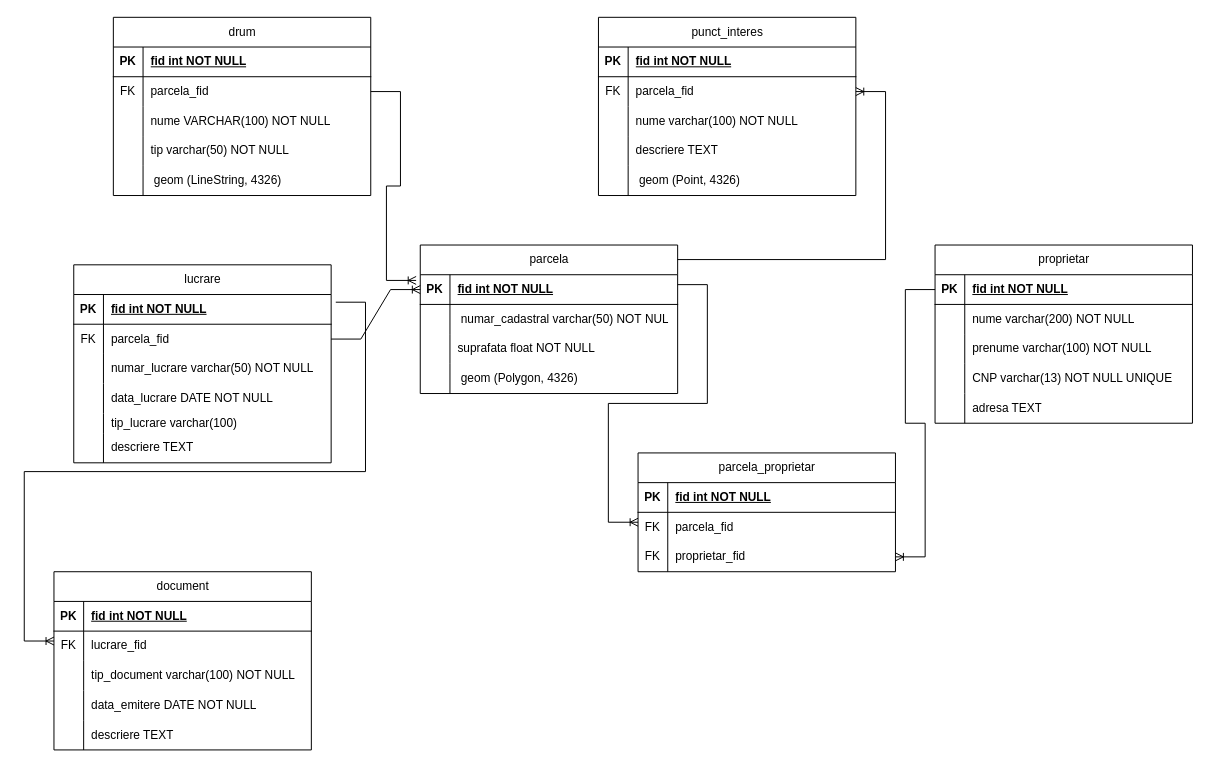
The draw.io diagram model_conceptual.drawio in cristian19122001/examen_sem_II, before the edit. Source tidied: cells renumbered, new cells numbered last; positions are measured from the earlier drawing's top-left corner, leaving out a move shared by most shapes. Both pictures are drawn from the tidied source at 99%, with x=0, y=0 at pixel (53, 17).
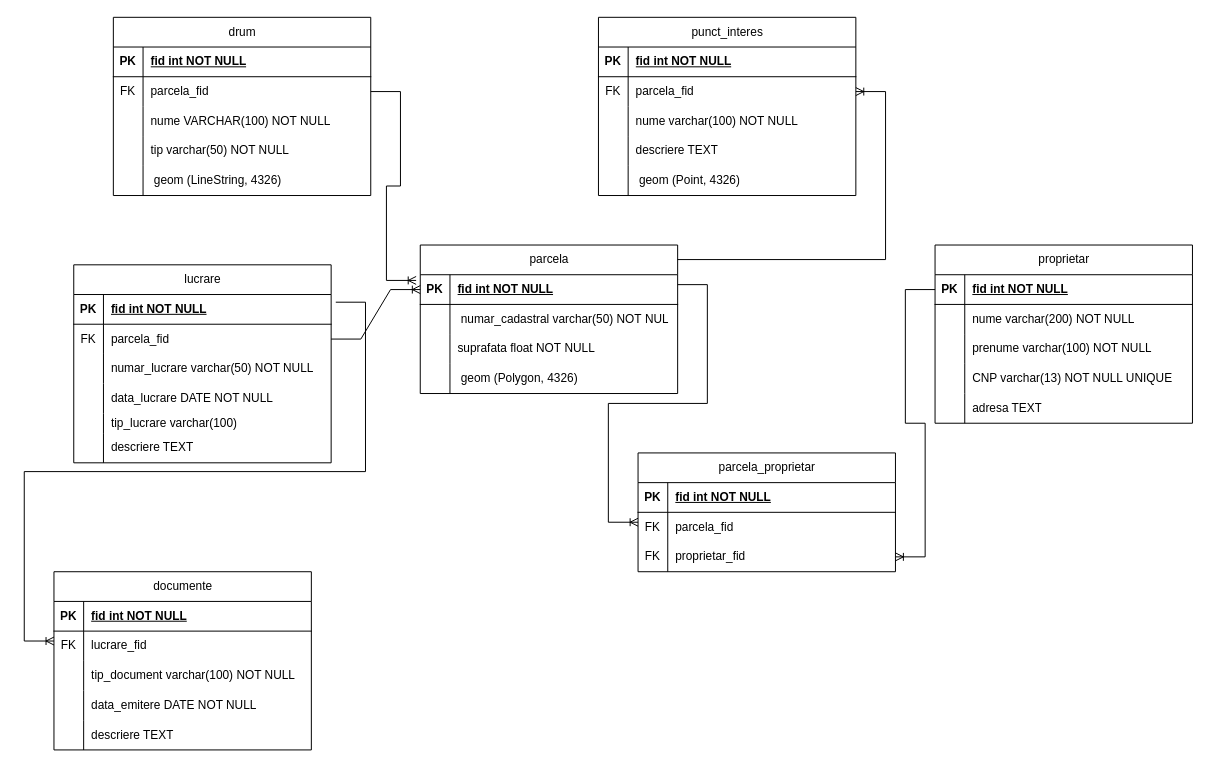
The same page after the edit.

The edit, as a diff of the source:
```diff
@@
-    <mxCell id="76" value="&lt;span style=&quot;font-weight: 400; text-wrap: wrap;&quot;&gt;document&lt;/span&gt;" style="shape=table;startSize=30;childLayout=tableLayout;rowLines=0;fontStyle=1;align=center;html=1;" parent="1" vertex="1">
+    <mxCell id="76" value="&lt;span style=&quot;font-weight: 400; text-wrap: wrap;&quot;&gt;documente&lt;/span&gt;" style="shape=table;startSize=30;childLayout=tableLayout;rowLines=0;fontStyle=1;align=center;html=1;" parent="1" vertex="1">
       <mxGeometry y="560" width="260" height="180" as="geometry" />
     </mxCell>
```
